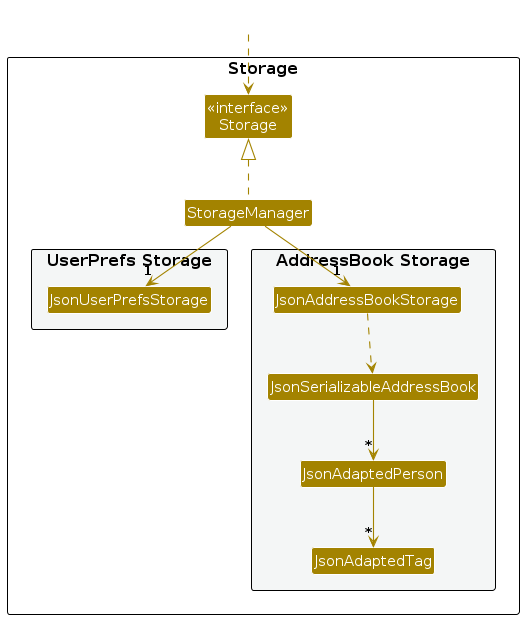
Earlier version of the PlantUML export diagrams/StorageClassDiagram.png (AY2627S1-CS2103T-W12-3/tp). Its source is kept beside it as diagrams/StorageClassDiagram.puml.
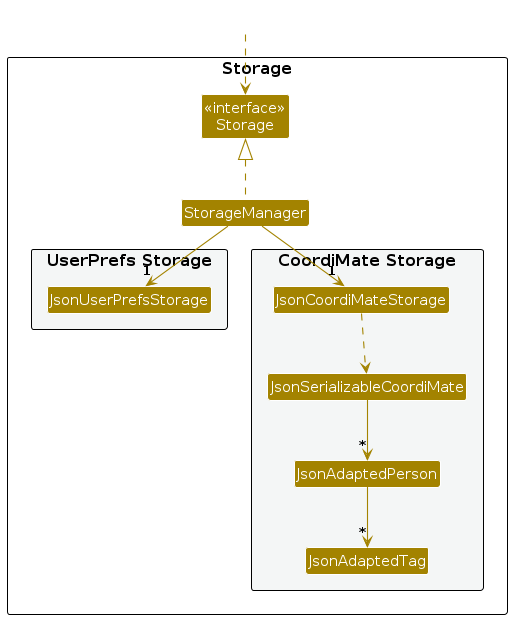
After the change.

The edit, as a diff of the source:
```diff
@@ -13,9 +13,9 @@
 Class JsonUserPrefsStorage
 }
 
-package "AddressBook Storage" #F4F6F6{
-Class JsonAddressBookStorage
-Class JsonSerializableAddressBook
+package "CoordiMate Storage" #F4F6F6{
+Class JsonCoordiMateStorage
+Class JsonSerializableCoordiMate
 Class JsonAdaptedPerson
 Class JsonAdaptedTag
 }
@@ -27,10 +27,10 @@
 
 StorageManager .up.|> Storage
 StorageManager -down-> "1" JsonUserPrefsStorage
-StorageManager -down-> "1" JsonAddressBookStorage
+StorageManager -down-> "1" JsonCoordiMateStorage
 
-JsonAddressBookStorage ..> JsonSerializableAddressBook
-JsonSerializableAddressBook --> "*" JsonAdaptedPerson
+JsonCoordiMateStorage ..> JsonSerializableCoordiMate
+JsonSerializableCoordiMate --> "*" JsonAdaptedPerson
 JsonAdaptedPerson --> "*" JsonAdaptedTag
 
 @enduml
```
